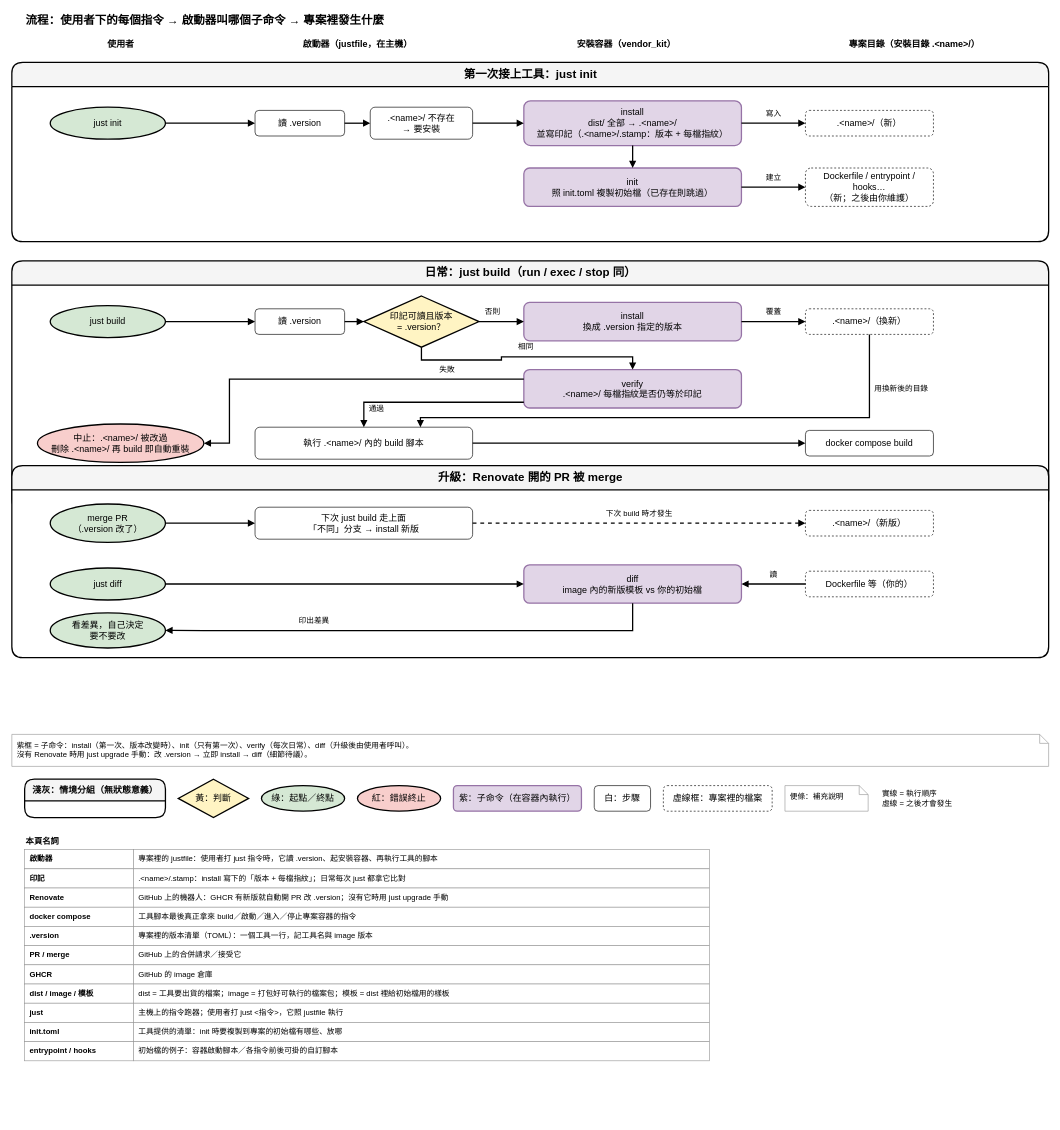
ycpss91255-research/vendor_kit keeps this draw.io diagram as page "3. 流程：使用者指令" (3 of 7) of dist_distribution.drawio. Above is the earlier version. Source tidied: cells renumbered, new cells numbered last; positions are measured from the earlier drawing's top-left corner, leaving out a move shared by most shapes. Both pictures are drawn from the tidied source at 64%, with x=0, y=0 at pixel (12, 11).
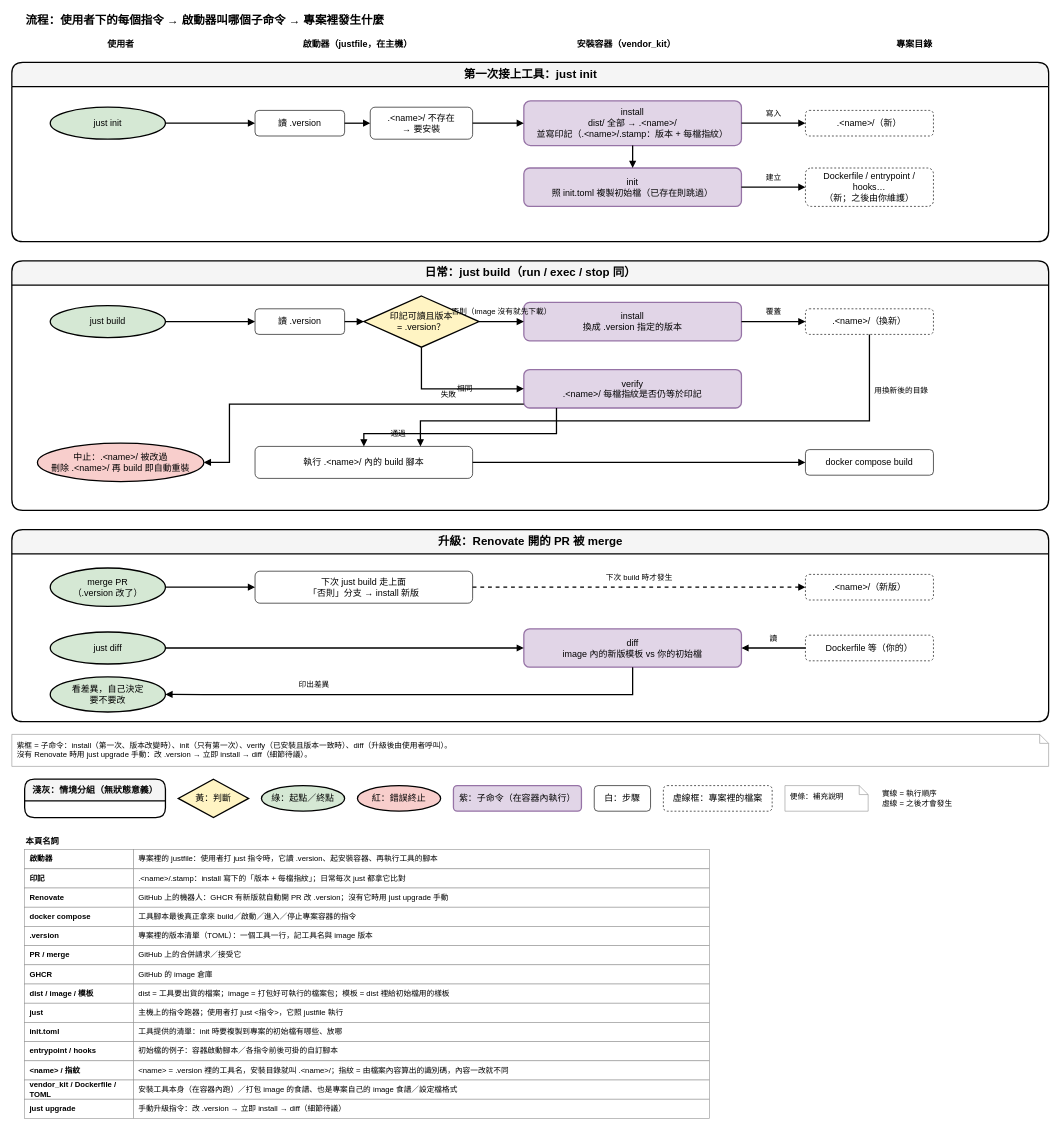
The same page after the edit.

Unchanged cells that the change refers to:
```xml
<mxCell id="21" value="日常：just build（run / exec / stop 同）" style="swimlane;html=1;rounded=1;startSize=38;fontStyle=1;fontSize=18;fillColor=#f5f5f5;swimlaneFillColor=#ffffff;strokeColor=#000000;strokeWidth=2;" parent="1" vertex="1">
  <mxGeometry y="390" width="1620" height="390" as="geometry" />
</mxCell>
<mxCell id="24" value="印記可讀且版本&lt;br&gt;= .version？" style="rhombus;whiteSpace=wrap;html=1;fillColor=#FFF4C3;strokeColor=#000000;strokeWidth=2;fontSize=14;" parent="21" vertex="1">
  <mxGeometry x="550" y="55" width="180" height="80" as="geometry" />
</mxCell>
<mxCell id="25" value="install&lt;br&gt;換成 .version 指定的版本" style="rounded=1;whiteSpace=wrap;html=1;fillColor=#e1d5e7;strokeColor=#9673a6;fontSize=14;strokeWidth=2;" parent="21" vertex="1">
  <mxGeometry x="800" y="65" width="340" height="60" as="geometry" />
</mxCell>
<mxCell id="26" value=".&amp;lt;name&amp;gt;/（換新）" style="rounded=1;whiteSpace=wrap;html=1;fillColor=#ffffff;strokeColor=light-dark(#000000,#9577A3);fontSize=14;strokeWidth=1;dashed=1;" parent="21" vertex="1">
  <mxGeometry x="1240" y="75" width="200" height="40" as="geometry" />
</mxCell>
<mxCell id="27" value="verify&lt;br&gt;.&amp;lt;name&amp;gt;/ 每檔指紋是否仍等於印記" style="rounded=1;whiteSpace=wrap;html=1;fillColor=#e1d5e7;strokeColor=#9673a6;fontSize=14;strokeWidth=2;" parent="21" vertex="1">
  <mxGeometry x="800" y="170" width="340" height="60" as="geometry" />
</mxCell>
```

Change to the diagram source:
```diff
@@
-    <mxCell id="6" value="專案目錄（安裝目錄 .&amp;lt;name&amp;gt;/）" style="text;html=1;fontSize=14;fontStyle=1;align=center;verticalAlign=middle;" parent="1" vertex="1">
+    <mxCell id="6" value="專案目錄" style="text;html=1;fontSize=14;fontStyle=1;align=center;verticalAlign=middle;" parent="1" vertex="1">
       <mxGeometry x="1220" y="40" width="380" height="24" as="geometry" />
     </mxCell>
@@
     <mxCell id="28" value="執行 .&amp;lt;name&amp;gt;/ 內的 build 腳本" style="rounded=1;whiteSpace=wrap;html=1;fillColor=#ffffff;strokeColor=light-dark(#000000,#9577A3);fontSize=14;strokeWidth=1;" parent="21" vertex="1">
-      <mxGeometry x="380" y="260" width="340" height="50" as="geometry" />
+      <mxGeometry x="380" y="290" width="340" height="50" as="geometry" />
     </mxCell>
     <mxCell id="29" value="docker compose build" style="rounded=1;whiteSpace=wrap;html=1;fillColor=#ffffff;strokeColor=light-dark(#000000,#9577A3);fontSize=14;strokeWidth=1;" parent="21" vertex="1">
-      <mxGeometry x="1240" y="265" width="200" height="40" as="geometry" />
+      <mxGeometry x="1240" y="295" width="200" height="40" as="geometry" />
     </mxCell>
     <mxCell id="30" value="中止：.&amp;lt;name&amp;gt;/ 被改過&lt;br&gt;刪除 .&amp;lt;name&amp;gt;/ 再 build 即自動重裝" style="ellipse;whiteSpace=wrap;html=1;fillColor=#f8cecc;strokeColor=#000000;strokeWidth=2;fontSize=14;" parent="21" vertex="1">
-      <mxGeometry x="40" y="255" width="260" height="60" as="geometry" />
+      <mxGeometry x="40" y="285" width="260" height="60" as="geometry" />
     </mxCell>
@@
-    <mxCell id="33" value="否則" style="edgeStyle=orthogonalEdgeStyle;rounded=0;jettySize=auto;html=1;strokeColor=default;strokeWidth=2;align=center;verticalAlign=bottom;spacingBottom=6;fontFamily=Helvetica;fontSize=12;fontColor=default;labelBorderColor=none;labelBackgroundColor=none;endArrow=block;endFill=1;exitX=1;exitY=0.5;exitDx=0;exitDy=0;entryX=0;entryY=0.5;entryDx=0;entryDy=0;" parent="1" edge="1" source="24" target="25">
-      <mxGeometry x="-0.4" relative="1" as="geometry" />
+    <mxCell id="33" value="否則（image 沒有就先下載）" style="edgeStyle=orthogonalEdgeStyle;rounded=0;jettySize=auto;html=1;strokeColor=default;strokeWidth=2;align=center;verticalAlign=bottom;spacingBottom=6;fontFamily=Helvetica;fontSize=12;fontColor=default;labelBorderColor=none;labelBackgroundColor=none;endArrow=block;endFill=1;exitX=1;exitY=0.5;exitDx=0;exitDy=0;entryX=0;entryY=0.5;entryDx=0;entryDy=0;" parent="1" edge="1" source="24" target="25">
+      <mxGeometry relative="1" as="geometry" />
     </mxCell>
-    <mxCell id="34" value="相同" style="edgeStyle=orthogonalEdgeStyle;rounded=0;jettySize=auto;html=1;strokeColor=default;strokeWidth=2;align=center;verticalAlign=bottom;spacingBottom=6;fontFamily=Helvetica;fontSize=12;fontColor=default;labelBorderColor=none;labelBackgroundColor=none;endArrow=block;endFill=1;exitX=0.5;exitY=1;exitDx=0;exitDy=0;entryX=0.5;entryY=0;entryDx=0;entryDy=0;" parent="1" edge="1" source="24" target="27">
+    <mxCell id="34" value="相同" style="edgeStyle=orthogonalEdgeStyle;rounded=0;jettySize=auto;html=1;strokeColor=default;strokeWidth=2;align=center;verticalAlign=bottom;spacingBottom=6;fontFamily=Helvetica;fontSize=12;fontColor=default;labelBorderColor=none;labelBackgroundColor=none;endArrow=block;endFill=1;exitX=0.5;exitY=1;exitDx=0;exitDy=0;entryX=0;entryY=0.5;entryDx=0;entryDy=0;align=left;verticalAlign=middle;spacingLeft=6;spacingBottom=0;" parent="1" edge="1" source="24" target="27">
       <mxGeometry relative="1" as="geometry" />
     </mxCell>
@@
     <mxCell id="36" value="用換新後的目錄" style="edgeStyle=orthogonalEdgeStyle;rounded=0;jettySize=auto;html=1;strokeColor=default;strokeWidth=2;align=center;verticalAlign=bottom;spacingBottom=6;fontFamily=Helvetica;fontSize=12;fontColor=default;labelBorderColor=none;labelBackgroundColor=none;endArrow=block;endFill=1;align=left;verticalAlign=middle;spacingLeft=6;spacingBottom=0;exitX=0.5;exitY=1;exitDx=0;exitDy=0;entryX=0.76;entryY=0;entryDx=0;entryDy=0;" parent="21" edge="1" source="26" target="28">
       <mxGeometry x="-0.8" relative="1" as="geometry">
         <Array as="points">
-          <mxPoint x="1340" y="245" />
-          <mxPoint x="638" y="245" />
+          <mxPoint x="1340" y="250" />
+          <mxPoint x="638" y="250" />
         </Array>
       </mxGeometry>
     </mxCell>
-    <mxCell id="37" value="通過" style="edgeStyle=orthogonalEdgeStyle;rounded=0;jettySize=auto;html=1;strokeColor=default;strokeWidth=2;align=center;verticalAlign=bottom;spacingBottom=6;fontFamily=Helvetica;fontSize=12;fontColor=default;labelBorderColor=none;labelBackgroundColor=none;endArrow=block;endFill=1;exitX=0;exitY=0.85;exitDx=0;exitDy=0;entryX=0.5;entryY=0;entryDx=0;entryDy=0;align=left;verticalAlign=middle;spacingLeft=6;spacingBottom=0;" parent="1" edge="1" source="27" target="28">
-      <mxGeometry x="0.8" relative="1" as="geometry" />
+    <mxCell id="37" value="通過" style="edgeStyle=orthogonalEdgeStyle;rounded=0;jettySize=auto;html=1;strokeColor=default;strokeWidth=2;align=center;verticalAlign=bottom;spacingBottom=6;fontFamily=Helvetica;fontSize=12;fontColor=default;labelBorderColor=none;labelBackgroundColor=none;endArrow=block;endFill=1;align=left;verticalAlign=middle;spacingLeft=6;spacingBottom=0;exitX=0.15;exitY=1;exitDx=0;exitDy=0;entryX=0.5;entryY=0;entryDx=0;entryDy=0;" parent="21" edge="1" source="27" target="28">
+      <mxGeometry x="0.7" relative="1" as="geometry">
+        <Array as="points">
+          <mxPoint x="851" y="270" />
+          <mxPoint x="550" y="270" />
+        </Array>
+      </mxGeometry>
     </mxCell>
-    <mxCell id="38" value="失敗" style="edgeStyle=orthogonalEdgeStyle;rounded=0;jettySize=auto;html=1;strokeColor=default;strokeWidth=2;align=center;verticalAlign=bottom;spacingBottom=6;fontFamily=Helvetica;fontSize=12;fontColor=default;labelBorderColor=none;labelBackgroundColor=none;endArrow=block;endFill=1;exitX=0;exitY=0.25;exitDx=0;exitDy=0;entryX=1;entryY=0.5;entryDx=0;entryDy=0;" parent="21" edge="1" source="27" target="30">
+    <mxCell id="38" value="失敗" style="edgeStyle=orthogonalEdgeStyle;rounded=0;jettySize=auto;html=1;strokeColor=default;strokeWidth=2;align=center;verticalAlign=bottom;spacingBottom=6;fontFamily=Helvetica;fontSize=12;fontColor=default;labelBorderColor=none;labelBackgroundColor=none;endArrow=block;endFill=1;exitX=0;exitY=0.9;exitDx=0;exitDy=0;entryX=1;entryY=0.5;entryDx=0;entryDy=0;" parent="21" edge="1" source="27" target="30">
       <mxGeometry x="-0.6" relative="1" as="geometry">
         <Array as="points">
-          <mxPoint x="340" y="185" />
-          <mxPoint x="340" y="285" />
+          <mxPoint x="340" y="224" />
+          <mxPoint x="340" y="315" />
         </Array>
       </mxGeometry>
     </mxCell>
@@
     <mxCell id="40" value="升級：Renovate 開的 PR 被 merge" style="swimlane;html=1;rounded=1;startSize=38;fontStyle=1;fontSize=18;fillColor=#f5f5f5;swimlaneFillColor=#ffffff;strokeColor=#000000;strokeWidth=2;" parent="1" vertex="1">
-      <mxGeometry y="710" width="1620" height="300" as="geometry" />
+      <mxGeometry y="810" width="1620" height="300" as="geometry" />
     </mxCell>
@@
-    <mxCell id="42" value="下次 just build 走上面&lt;br&gt;「不同」分支 → install 新版" style="rounded=1;whiteSpace=wrap;html=1;fillColor=#ffffff;strokeColor=light-dark(#000000,#9577A3);fontSize=14;strokeWidth=1;" parent="40" vertex="1">
+    <mxCell id="42" value="下次 just build 走上面&lt;br&gt;「否則」分支 → install 新版" style="rounded=1;whiteSpace=wrap;html=1;fillColor=#ffffff;strokeColor=light-dark(#000000,#9577A3);fontSize=14;strokeWidth=1;" parent="40" vertex="1">
       <mxGeometry x="380" y="65" width="340" height="50" as="geometry" />
     </mxCell>
@@
-    <mxCell id="53" value="紫框 = 子命令：install（第一次、版本改變時）、init（只有第一次）、verify（每次日常）、diff（升級後由使用者呼叫）。&lt;br&gt;沒有 Renovate 時用 just upgrade 手動：改 .version → 立即 install → diff（細節待議）。" style="shape=note;whiteSpace=wrap;html=1;size=14;fillColor=#ffffff;strokeColor=#999999;align=left;verticalAlign=top;spacingLeft=6;spacingTop=4;fontSize=12;" parent="1" vertex="1">
+    <mxCell id="53" value="紫框 = 子命令：install（第一次、版本改變時）、init（只有第一次）、verify（已安裝且版本一致時）、diff（升級後由使用者呼叫）。&lt;br&gt;沒有 Renovate 時用 just upgrade 手動：改 .version → 立即 install → diff（細節待議）。" style="shape=note;whiteSpace=wrap;html=1;size=14;fillColor=#ffffff;strokeColor=#999999;align=left;verticalAlign=top;spacingLeft=6;spacingTop=4;fontSize=12;" parent="1" vertex="1">
       <mxGeometry y="1130" width="1620" height="50" as="geometry" />
     </mxCell>
@@
+    <mxCell id="86" value="&amp;lt;name&amp;gt; / 指紋" style="rounded=0;whiteSpace=wrap;html=1;fillColor=#ffffff;strokeColor=#999999;fontSize=12;fontStyle=1;align=left;spacingLeft=6;strokeWidth=1;" parent="1" vertex="1">
+      <mxGeometry x="20" y="1640" width="170" height="30" as="geometry" />
+    </mxCell>
+    <mxCell id="87" value="&amp;lt;name&amp;gt; = .version 裡的工具名，安裝目錄就叫 .&amp;lt;name&amp;gt;/；指紋 = 由檔案內容算出的識別碼，內容一改就不同" style="rounded=0;whiteSpace=wrap;html=1;fillColor=#ffffff;strokeColor=#999999;fontSize=12;align=left;spacingLeft=6;strokeWidth=1;" parent="1" vertex="1">
+      <mxGeometry x="190" y="1640" width="900" height="30" as="geometry" />
+    </mxCell>
+    <mxCell id="88" value="vendor_kit / Dockerfile / TOML" style="rounded=0;whiteSpace=wrap;html=1;fillColor=#ffffff;strokeColor=#999999;fontSize=12;fontStyle=1;align=left;spacingLeft=6;strokeWidth=1;" parent="1" vertex="1">
+      <mxGeometry x="20" y="1670" width="170" height="30" as="geometry" />
+    </mxCell>
+    <mxCell id="89" value="安裝工具本身（在容器內跑）／打包 image 的食譜、也是專案自己的 image 食譜／設定檔格式" style="rounded=0;whiteSpace=wrap;html=1;fillColor=#ffffff;strokeColor=#999999;fontSize=12;align=left;spacingLeft=6;strokeWidth=1;" parent="1" vertex="1">
+      <mxGeometry x="190" y="1670" width="900" height="30" as="geometry" />
+    </mxCell>
+    <mxCell id="90" value="just upgrade" style="rounded=0;whiteSpace=wrap;html=1;fillColor=#ffffff;strokeColor=#999999;fontSize=12;fontStyle=1;align=left;spacingLeft=6;strokeWidth=1;" parent="1" vertex="1">
+      <mxGeometry x="20" y="1700" width="170" height="30" as="geometry" />
+    </mxCell>
+    <mxCell id="91" value="手動升級指令：改 .version → 立即 install → diff（細節待議）" style="rounded=0;whiteSpace=wrap;html=1;fillColor=#ffffff;strokeColor=#999999;fontSize=12;align=left;spacingLeft=6;strokeWidth=1;" parent="1" vertex="1">
+      <mxGeometry x="190" y="1700" width="900" height="30" as="geometry" />
+    </mxCell>
```
